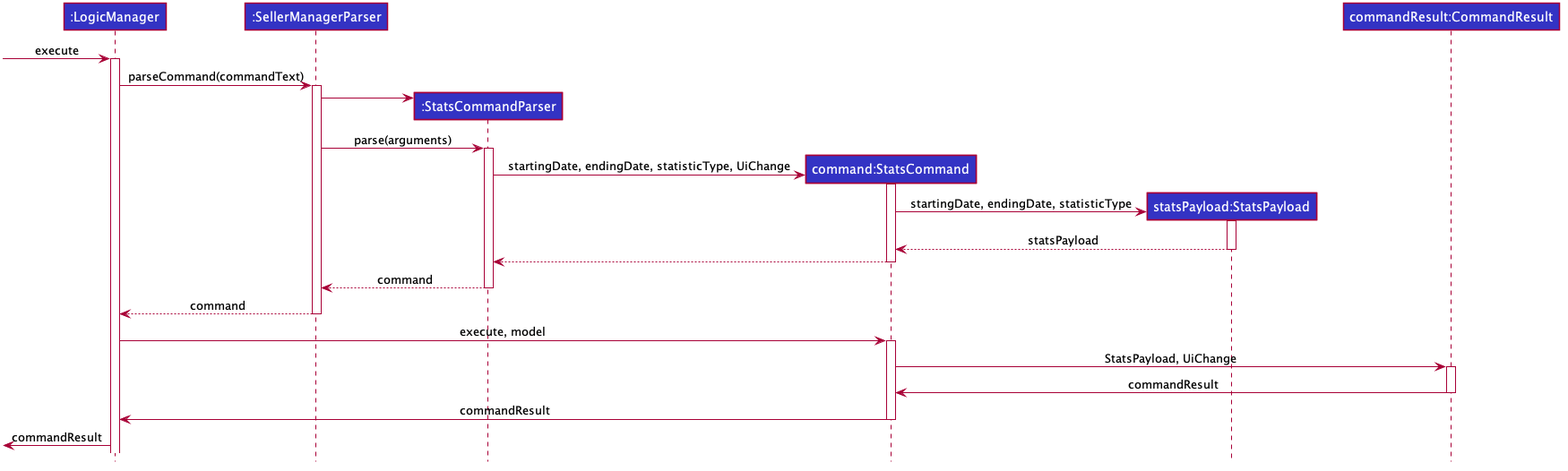
Earlier version of the PlantUML export docs/images/StatsCommandSequenceDiagram.png (nus-cs2103-AY1920S1/addressbook-level3).
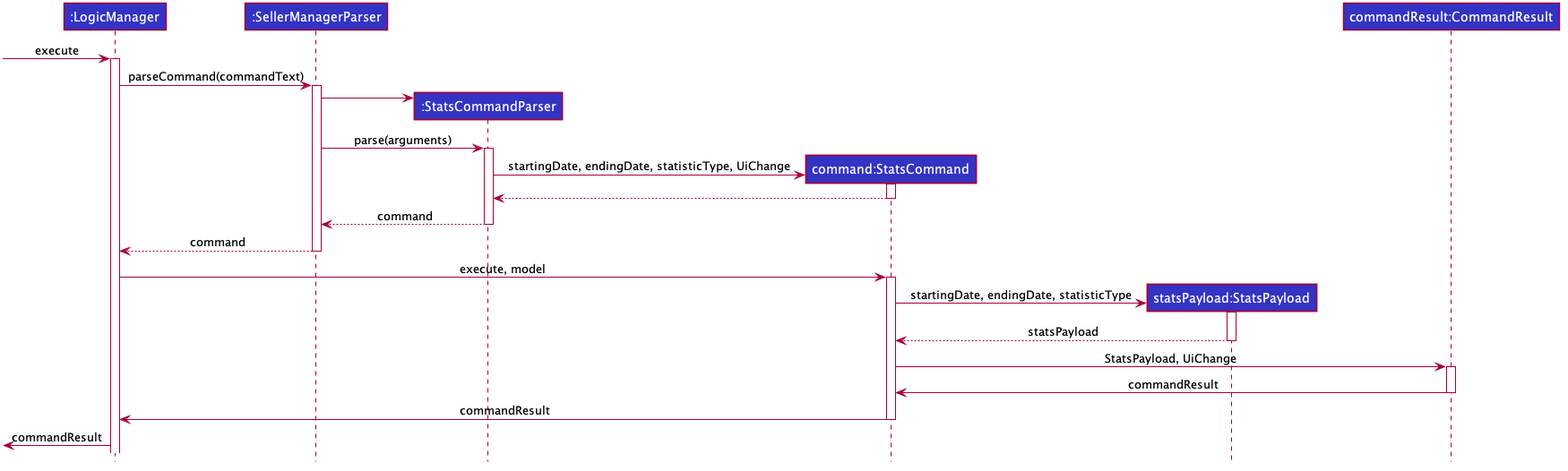
The same file after the commit.

Commit message:
Finished up stats feature in DG

The edit, as a diff of the source:
```diff
@@ -64,14 +64,15 @@
 abp -> ecp ++: parse(arguments)
 create ec
 ecp -> ec ++: startingDate, endingDate, statisticType, UiChange
-create sp
-ec -> sp ++: startingDate, endingDate, statisticType
-sp --> ec --: statsPayload
+
 ec --> ecp --
 ecp --> abp --: command
 abp --> logic --: command
 
 logic -> ec ++: execute, model
+create sp
+ec -> sp ++: startingDate, endingDate, statisticType
+sp --> ec --: statsPayload
 
 ec -> cr ++: StatsPayload, UiChange
 cr -> ec --: commandResult
```
